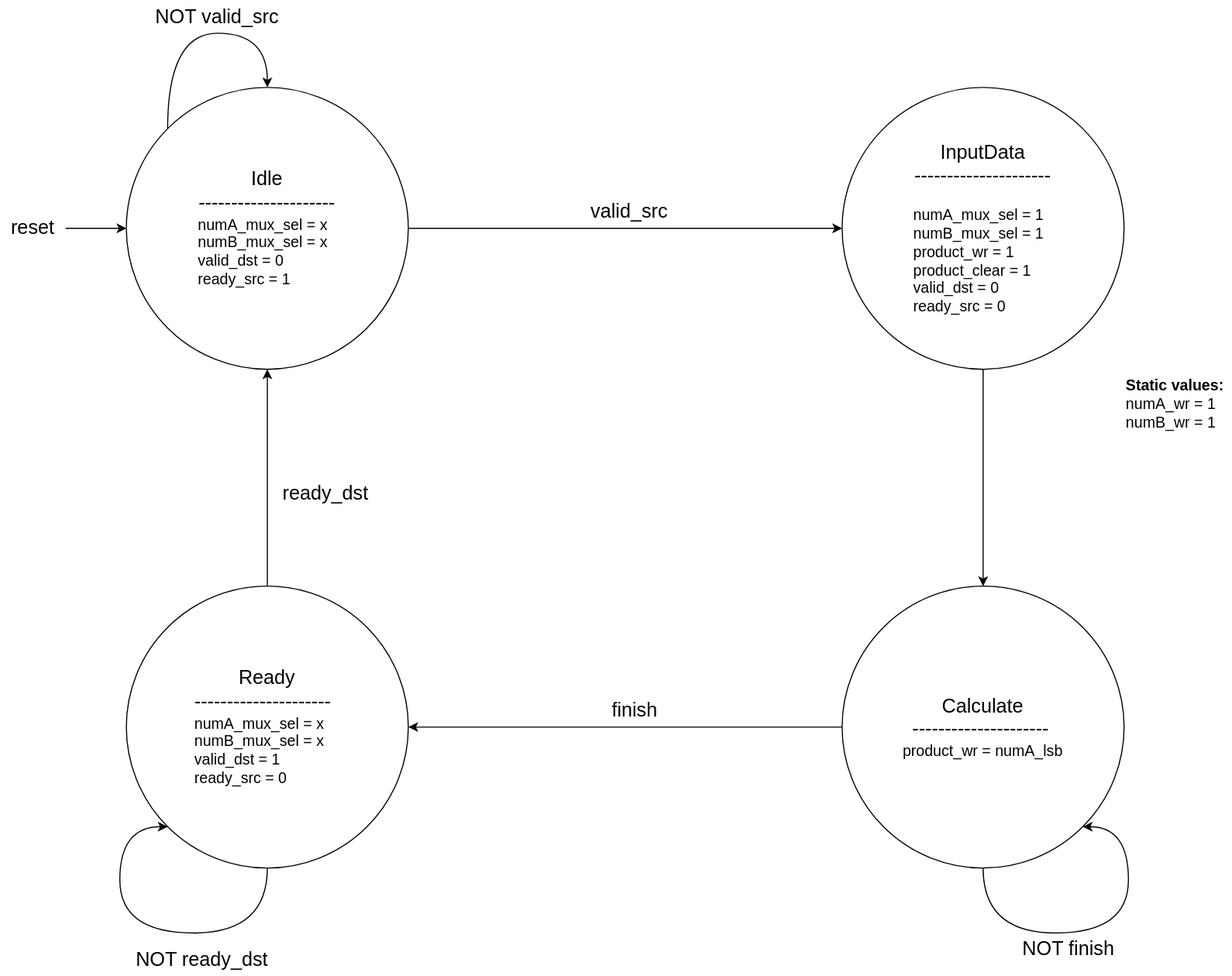
This is Tayyab/SequentialSignedMultiplier/docs/images/stg.drawio.svg from medsuet/Xcelerium-IC-Design-Training, a draw.io export, as it was before one commit. Source tidied: cells renumbered, new cells last; positions are measured from the earlier drawing's top-left corner, leaving out a move shared by most shapes.
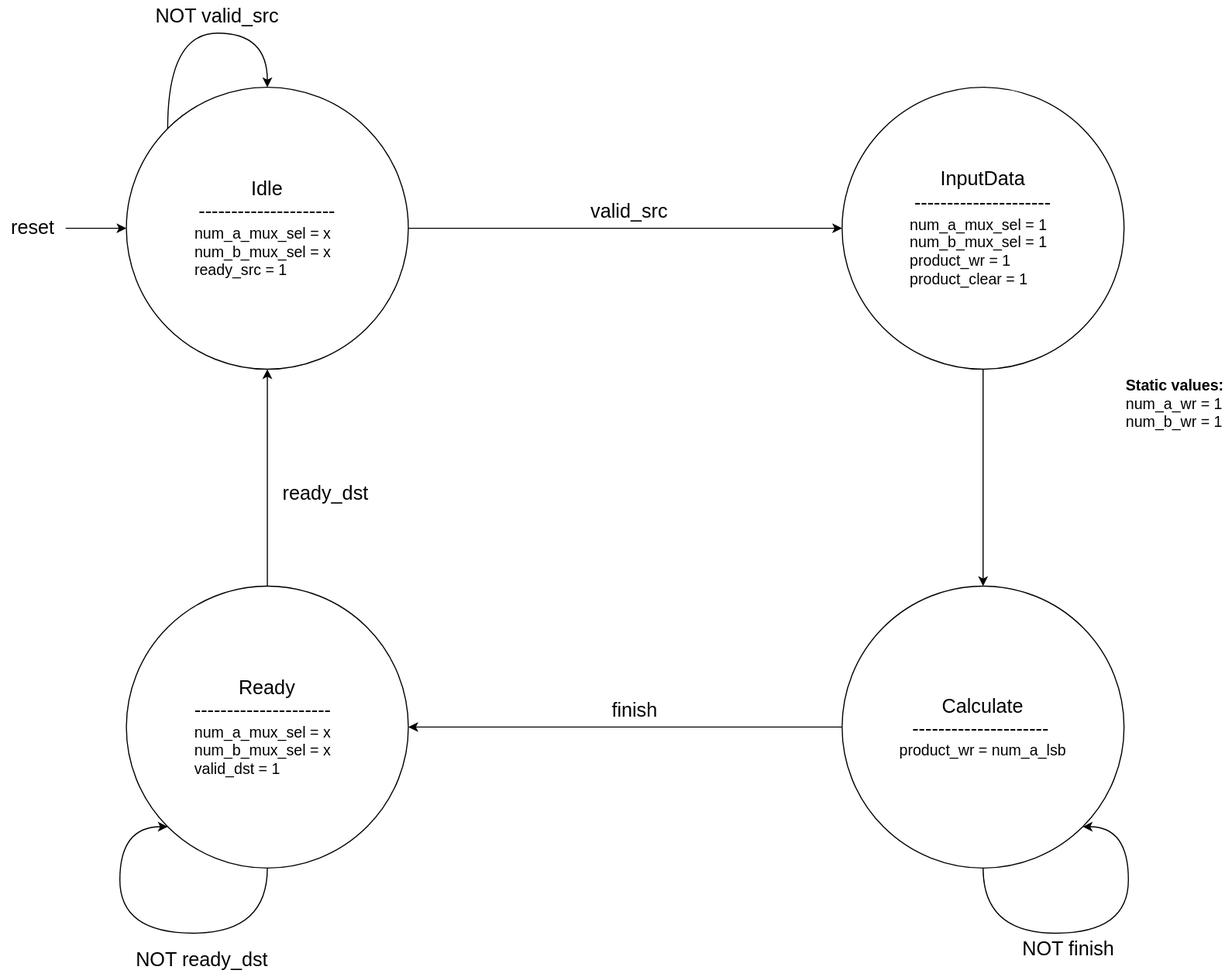
The same file after the commit.

Commit message:
Valid/ready interface implemented on sequential signed multiplier

The edit, as a diff of the source:
```diff
@@ -5,19 +5,19 @@
     <mxCell id="2" style="edgeStyle=orthogonalEdgeStyle;rounded=0;jettySize=auto;html=1;exitX=1;exitY=0.5;exitDx=0;exitDy=0;entryX=0;entryY=0.5;entryDx=0;entryDy=0;" parent="1" edge="1" source="3" target="5">
       <mxGeometry relative="1" as="geometry" />
     </mxCell>
-    <mxCell id="3" value="&lt;font style=&quot;font-size: 18px;&quot;&gt;Idle&lt;/font&gt;&lt;div&gt;&lt;font style=&quot;font-size: 18px;&quot;&gt;---------------------&lt;/font&gt;&lt;/div&gt;&lt;div style=&quot;font-size: 14px;&quot;&gt;&lt;font style=&quot;font-size: 14px;&quot;&gt;&lt;div style=&quot;text-align: left;&quot;&gt;numA_mux_sel = x&amp;nbsp;&lt;/div&gt;&lt;div style=&quot;text-align: left;&quot;&gt;numB_mux_sel = x&amp;nbsp;&amp;nbsp;&lt;/div&gt;&lt;div style=&quot;text-align: left;&quot;&gt;valid_dst = 0&lt;/div&gt;&lt;div style=&quot;text-align: left;&quot;&gt;ready_src = 1&amp;nbsp;&lt;/div&gt;&lt;/font&gt;&lt;/div&gt;" style="ellipse;whiteSpace=wrap;html=1;fontSize=18;" parent="1" vertex="1">
+    <mxCell id="3" value="&lt;font style=&quot;font-size: 18px;&quot;&gt;Idle&lt;/font&gt;&lt;div&gt;&lt;font style=&quot;font-size: 18px;&quot;&gt;---------------------&lt;/font&gt;&lt;/div&gt;&lt;div style=&quot;font-size: 14px;&quot;&gt;&lt;font style=&quot;font-size: 14px;&quot;&gt;&lt;div style=&quot;text-align: left;&quot;&gt;num_a_mux_sel = x&amp;nbsp;&lt;/div&gt;&lt;div style=&quot;text-align: left;&quot;&gt;num_b_mux_sel = x&amp;nbsp;&amp;nbsp;&lt;/div&gt;&lt;div style=&quot;text-align: left;&quot;&gt;ready_src = 1&amp;nbsp;&lt;/div&gt;&lt;/font&gt;&lt;/div&gt;" style="ellipse;whiteSpace=wrap;html=1;fontSize=18;" parent="1" vertex="1">
       <mxGeometry x="116" y="80" width="260" height="260" as="geometry" />
     </mxCell>
     <mxCell id="4" style="edgeStyle=orthogonalEdgeStyle;rounded=0;jettySize=auto;html=1;exitX=0.5;exitY=1;exitDx=0;exitDy=0;entryX=0.5;entryY=0;entryDx=0;entryDy=0;" parent="1" edge="1" source="5" target="7">
       <mxGeometry relative="1" as="geometry" />
     </mxCell>
-    <mxCell id="5" value="&lt;font style=&quot;font-size: 18px;&quot;&gt;InputData&lt;/font&gt;&lt;div&gt;&lt;font style=&quot;font-size: 18px;&quot;&gt;---------------------&lt;/font&gt;&lt;/div&gt;&lt;div style=&quot;font-size: 14px;&quot;&gt;&lt;font style=&quot;font-size: 14px;&quot;&gt;&lt;div style=&quot;text-align: left;&quot;&gt;&lt;br&gt;&lt;/div&gt;&lt;div style=&quot;text-align: left;&quot;&gt;numA_mux_sel = 1&lt;/div&gt;&lt;div style=&quot;text-align: left;&quot;&gt;numB_mux_sel = 1&amp;nbsp;&amp;nbsp;&lt;/div&gt;&lt;div style=&quot;text-align: left;&quot;&gt;product_wr = 1&lt;/div&gt;&lt;div style=&quot;text-align: left;&quot;&gt;product_clear = 1&lt;/div&gt;&lt;div style=&quot;text-align: left;&quot;&gt;&lt;div&gt;valid_dst = 0&lt;/div&gt;&lt;div&gt;ready_src = 0&amp;nbsp;&lt;/div&gt;&lt;/div&gt;&lt;/font&gt;&lt;/div&gt;" style="ellipse;whiteSpace=wrap;html=1;fontSize=18;" parent="1" vertex="1">
+    <mxCell id="5" value="&lt;font style=&quot;font-size: 18px;&quot;&gt;InputData&lt;/font&gt;&lt;div&gt;&lt;font style=&quot;font-size: 18px;&quot;&gt;---------------------&lt;/font&gt;&lt;/div&gt;&lt;div style=&quot;font-size: 14px;&quot;&gt;&lt;font style=&quot;font-size: 14px;&quot;&gt;&lt;div style=&quot;text-align: left;&quot;&gt;num_a_mux_sel = 1&lt;/div&gt;&lt;div style=&quot;text-align: left;&quot;&gt;num_b_mux_sel = 1&amp;nbsp;&amp;nbsp;&lt;/div&gt;&lt;div style=&quot;text-align: left;&quot;&gt;product_wr = 1&lt;/div&gt;&lt;div style=&quot;text-align: left;&quot;&gt;product_clear = 1&lt;/div&gt;&lt;/font&gt;&lt;/div&gt;" style="ellipse;whiteSpace=wrap;html=1;fontSize=18;" parent="1" vertex="1">
       <mxGeometry x="776" y="80" width="260" height="260" as="geometry" />
     </mxCell>
     <mxCell id="6" style="edgeStyle=orthogonalEdgeStyle;rounded=0;jettySize=auto;html=1;exitX=0;exitY=0.5;exitDx=0;exitDy=0;entryX=1;entryY=0.5;entryDx=0;entryDy=0;" parent="1" edge="1" source="7" target="12">
       <mxGeometry relative="1" as="geometry" />
     </mxCell>
-    <mxCell id="7" value="Calculate&lt;br&gt;&lt;div&gt;&lt;font style=&quot;font-size: 18px;&quot;&gt;---------------------&lt;/font&gt;&lt;span style=&quot;background-color: initial; text-align: left; font-size: 14px;&quot;&gt;&amp;nbsp;&lt;/span&gt;&lt;/div&gt;&lt;div style=&quot;font-size: 14px;&quot;&gt;&lt;font style=&quot;font-size: 14px;&quot;&gt;&lt;div style=&quot;text-align: left;&quot;&gt;product_wr = numA_lsb&lt;/div&gt;&lt;/font&gt;&lt;/div&gt;" style="ellipse;whiteSpace=wrap;html=1;fontSize=18;" parent="1" vertex="1">
+    <mxCell id="7" value="Calculate&lt;br&gt;&lt;div&gt;&lt;font style=&quot;font-size: 18px;&quot;&gt;---------------------&lt;/font&gt;&lt;span style=&quot;background-color: initial; text-align: left; font-size: 14px;&quot;&gt;&amp;nbsp;&lt;/span&gt;&lt;/div&gt;&lt;div style=&quot;font-size: 14px;&quot;&gt;&lt;font style=&quot;font-size: 14px;&quot;&gt;&lt;div style=&quot;text-align: left;&quot;&gt;product_wr = num_a_lsb&lt;/div&gt;&lt;/font&gt;&lt;/div&gt;" style="ellipse;whiteSpace=wrap;html=1;fontSize=18;" parent="1" vertex="1">
       <mxGeometry x="776" y="540" width="260" height="260" as="geometry" />
     </mxCell>
     <mxCell id="8" value="valid_src" style="text;html=1;align=center;verticalAlign=middle;whiteSpace=wrap;rounded=0;fontSize=18;" parent="1" vertex="1">
@@ -32,7 +32,7 @@
     <mxCell id="11" style="edgeStyle=orthogonalEdgeStyle;rounded=0;jettySize=auto;html=1;exitX=0.5;exitY=0;exitDx=0;exitDy=0;entryX=0.5;entryY=1;entryDx=0;entryDy=0;" parent="1" edge="1" source="12" target="3">
       <mxGeometry relative="1" as="geometry" />
     </mxCell>
-    <mxCell id="12" value="&lt;font style=&quot;font-size: 18px;&quot;&gt;Ready&lt;/font&gt;&lt;div&gt;&lt;font style=&quot;font-size: 18px;&quot;&gt;---------------------&lt;/font&gt;&lt;span style=&quot;background-color: initial; text-align: left; font-size: 14px;&quot;&gt;&amp;nbsp;&amp;nbsp;&lt;/span&gt;&lt;/div&gt;&lt;div style=&quot;font-size: 14px;&quot;&gt;&lt;font style=&quot;font-size: 14px;&quot;&gt;&lt;div style=&quot;text-align: left;&quot;&gt;numA_mux_sel = x&amp;nbsp;&lt;/div&gt;&lt;div style=&quot;text-align: left;&quot;&gt;numB_mux_sel = x&amp;nbsp;&amp;nbsp;&lt;/div&gt;&lt;div style=&quot;text-align: left;&quot;&gt;&lt;div&gt;valid_dst = 1&lt;/div&gt;&lt;div&gt;ready_src = 0&amp;nbsp;&lt;/div&gt;&lt;/div&gt;&lt;/font&gt;&lt;/div&gt;" style="ellipse;whiteSpace=wrap;html=1;fontSize=18;" parent="1" vertex="1">
+    <mxCell id="12" value="&lt;font style=&quot;font-size: 18px;&quot;&gt;Ready&lt;/font&gt;&lt;div&gt;&lt;font style=&quot;font-size: 18px;&quot;&gt;---------------------&lt;/font&gt;&lt;span style=&quot;background-color: initial; text-align: left; font-size: 14px;&quot;&gt;&amp;nbsp;&amp;nbsp;&lt;/span&gt;&lt;/div&gt;&lt;div style=&quot;font-size: 14px;&quot;&gt;&lt;font style=&quot;font-size: 14px;&quot;&gt;&lt;div style=&quot;text-align: left;&quot;&gt;num_a_mux_sel = x&amp;nbsp;&lt;/div&gt;&lt;div style=&quot;text-align: left;&quot;&gt;num_b_mux_sel = x&amp;nbsp;&amp;nbsp;&lt;/div&gt;&lt;div style=&quot;text-align: left;&quot;&gt;&lt;div&gt;valid_dst = 1&lt;/div&gt;&lt;/div&gt;&lt;/font&gt;&lt;/div&gt;" style="ellipse;whiteSpace=wrap;html=1;fontSize=18;" parent="1" vertex="1">
       <mxGeometry x="116" y="540" width="260" height="260" as="geometry" />
     </mxCell>
     <mxCell id="13" style="edgeStyle=orthogonalEdgeStyle;rounded=0;orthogonalLoop=1;jettySize=auto;html=1;exitX=0.5;exitY=1;exitDx=0;exitDy=0;entryX=1;entryY=1;entryDx=0;entryDy=0;curved=1;" parent="1" edge="1" source="7" target="7">
@@ -61,7 +61,7 @@
     <mxCell id="17" value="NOT valid_src" style="text;html=1;align=center;verticalAlign=middle;whiteSpace=wrap;rounded=0;fontSize=18;" parent="1" vertex="1">
       <mxGeometry x="140" width="120" height="30" as="geometry" />
     </mxCell>
-    <mxCell id="18" value="&lt;div style=&quot;font-size: 14px;&quot;&gt;&lt;b style=&quot;&quot;&gt;&lt;font style=&quot;font-size: 14px;&quot;&gt;Static values:&lt;/font&gt;&lt;/b&gt;&lt;/div&gt;&lt;font style=&quot;font-size: 14px;&quot;&gt;numA_wr = 1 &lt;br&gt;numB_wr = 1&lt;/font&gt;" style="text;whiteSpace=wrap;html=1;" parent="1" vertex="1">
+    <mxCell id="18" value="&lt;div style=&quot;font-size: 14px;&quot;&gt;&lt;b style=&quot;&quot;&gt;&lt;font style=&quot;font-size: 14px;&quot;&gt;Static values:&lt;/font&gt;&lt;/b&gt;&lt;/div&gt;&lt;font style=&quot;font-size: 14px;&quot;&gt;num_a_wr = 1 &lt;br&gt;num_b_wr = 1&lt;/font&gt;" style="text;whiteSpace=wrap;html=1;" parent="1" vertex="1">
       <mxGeometry x="1036" y="340" width="100" height="110" as="geometry" />
     </mxCell>
     <mxCell id="19" value="ready_dst" style="text;html=1;align=center;verticalAlign=middle;whiteSpace=wrap;rounded=0;fontSize=18;" parent="1" vertex="1">
```
